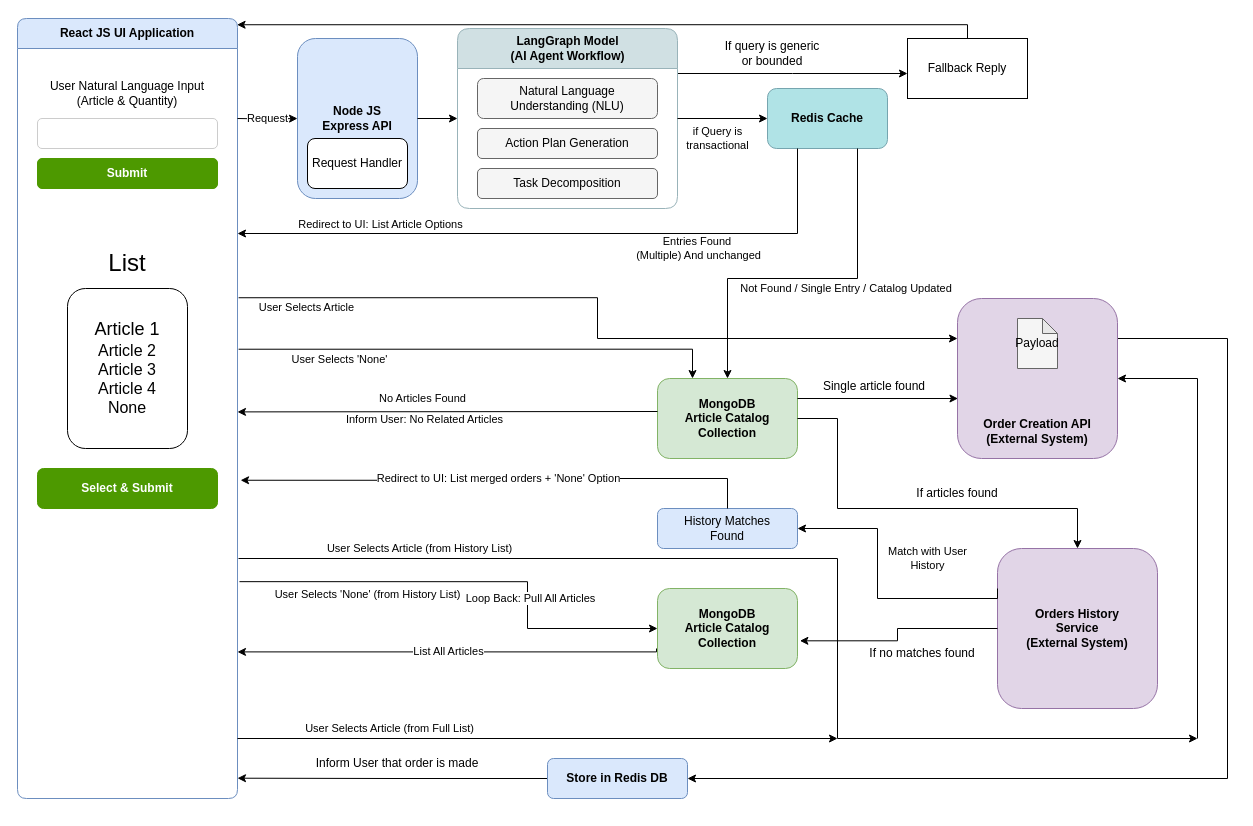
Uday003/ejtos-react_budget_app keeps this draw.io diagram as LangraphPOC.drawio. Above is the earlier version. Source tidied: cells renumbered, new cells numbered last; positions are measured from the earlier drawing's top-left corner, leaving out a move shared by most shapes. Both pictures are drawn from the tidied source at 100%, with x=0, y=0 at pixel (17, 18).
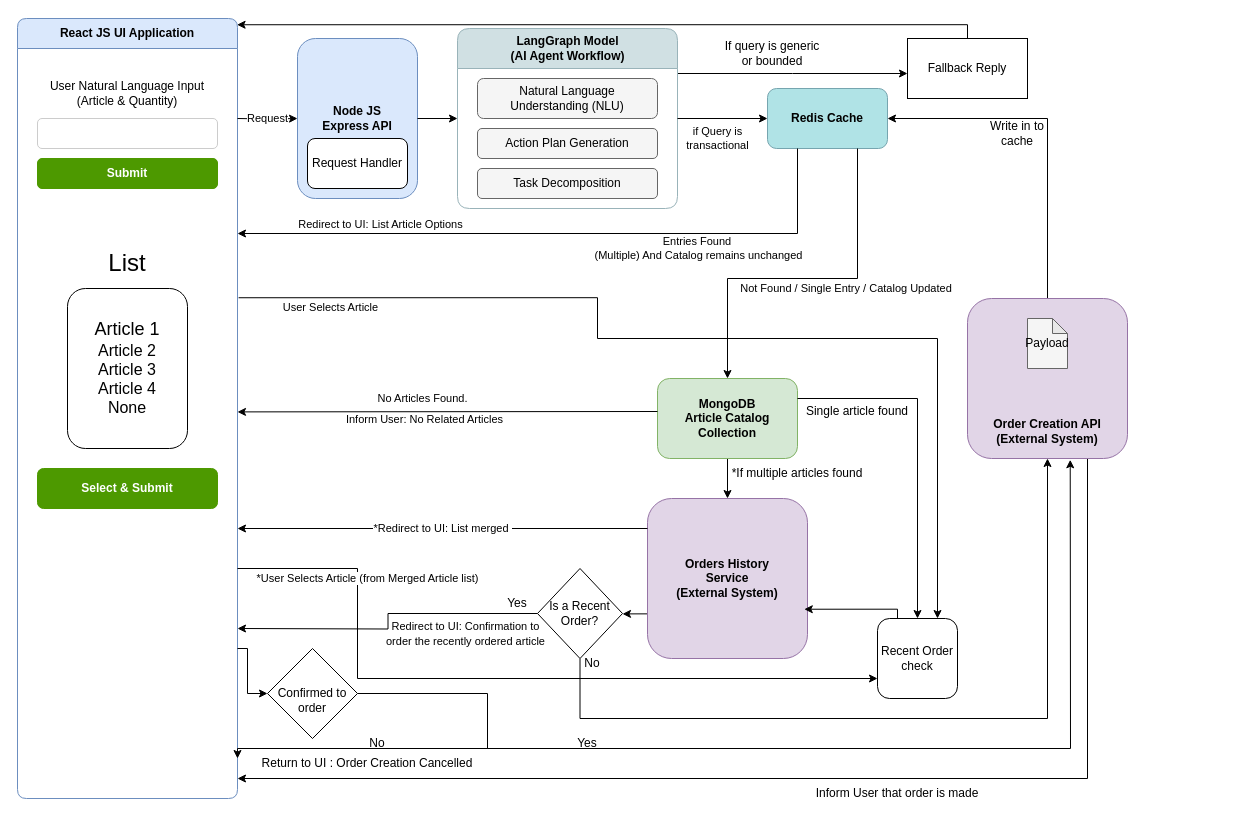
Above is the later version.

The change refers to these unchanged cells:
```xml
<mxCell id="2" value="React JS UI Application" style="swimlane;html=1;startSize=30;horizontal=1;containerType=tree;fillColor=#dae8fc;strokeColor=#6c8ebf;whiteSpace=wrap;rounded=1;arcSize=10;" parent="1" vertex="1">
  <mxGeometry width="220" height="780" as="geometry" />
</mxCell>
<mxCell id="15" value="Redis Cache" style="rounded=1;whiteSpace=wrap;html=1;fillColor=#b0e3e6;strokeColor=#76a5af;fontStyle=1;" parent="1" vertex="1">
  <mxGeometry x="750" y="70" width="120" height="60" as="geometry" />
</mxCell>
<mxCell id="16" value="MongoDB&#10;Article Catalog&#10;Collection" style="rounded=1;whiteSpace=wrap;html=1;fillColor=#d5e8d4;strokeColor=#82b366;fontStyle=1;" parent="1" vertex="1">
  <mxGeometry x="640" y="360" width="140" height="80" as="geometry" />
</mxCell>
```

Change to the diagram source:
```diff
@@
+    <mxCell id="43" style="edgeStyle=orthogonalEdgeStyle;rounded=0;jettySize=auto;html=1;exitX=0.5;exitY=1;exitDx=0;exitDy=0;" parent="1" edge="1" source="16" target="21">
+      <mxGeometry relative="1" as="geometry" />
+    </mxCell>
@@
-    <mxCell id="17" value="MongoDB&#10;Article Catalog&#10;Collection" style="rounded=1;whiteSpace=wrap;html=1;fillColor=#d5e8d4;strokeColor=#82b366;fontStyle=1;" parent="1" vertex="1">
-      <mxGeometry x="640" y="570" width="140" height="80" as="geometry" />
-    </mxCell>
-    <mxCell id="18" style="edgeStyle=orthogonalEdgeStyle;rounded=0;jettySize=auto;html=1;exitX=1;exitY=0.25;exitDx=0;exitDy=0;entryX=1;entryY=0.5;entryDx=0;entryDy=0;" parent="1" edge="1" source="19" target="25">
+    <mxCell id="18" style="edgeStyle=orthogonalEdgeStyle;rounded=0;jettySize=auto;html=1;exitX=0.75;exitY=1;exitDx=0;exitDy=0;" parent="1" edge="1" source="19">
       <mxGeometry relative="1" as="geometry">
+        <mxPoint x="220" y="760" as="targetPoint" />
         <Array as="points">
-          <mxPoint x="1210" y="320" />
-          <mxPoint x="1210" y="760" />
+          <mxPoint x="1070" y="760" />
         </Array>
       </mxGeometry>
     </mxCell>
+    <mxCell id="54" style="edgeStyle=orthogonalEdgeStyle;rounded=0;jettySize=auto;html=1;entryX=1;entryY=0.5;entryDx=0;entryDy=0;exitX=0.5;exitY=0;exitDx=0;exitDy=0;" parent="1" edge="1" source="19" target="15">
+      <mxGeometry relative="1" as="geometry" />
+    </mxCell>
     <mxCell id="19" value="Order Creation API&#10;(External System)" style="rounded=1;whiteSpace=wrap;html=1;fillColor=#e1d5e7;strokeColor=#9673a6;fontStyle=1;verticalAlign=bottom;spacingBottom=10;" parent="1" vertex="1">
-      <mxGeometry x="940" y="280" width="160" height="160" as="geometry" />
+      <mxGeometry x="950" y="280" width="160" height="160" as="geometry" />
     </mxCell>
@@
+    <mxCell id="55" style="edgeStyle=orthogonalEdgeStyle;rounded=0;jettySize=auto;html=1;exitX=-0.002;exitY=0.721;exitDx=0;exitDy=0;entryX=1;entryY=0.5;entryDx=0;entryDy=0;exitPerimeter=0;" parent="1" edge="1" source="21" target="61">
+      <mxGeometry relative="1" as="geometry" />
+    </mxCell>
     <mxCell id="21" value="Orders History&#10;Service&#10;(External System)" style="rounded=1;whiteSpace=wrap;html=1;fillColor=#e1d5e7;strokeColor=#9673a6;fontStyle=1;" parent="1" vertex="1">
-      <mxGeometry x="980" y="530" width="160" height="160" as="geometry" />
+      <mxGeometry x="630" y="480" width="160" height="160" as="geometry" />
     </mxCell>
-    <mxCell id="22" value="History Matches&#10;Found" style="rounded=1;whiteSpace=wrap;html=1;fillColor=#dae8fc;strokeColor=#6c8ebf;fontStyle=0;" parent="1" vertex="1">
-      <mxGeometry x="640" y="490" width="140" height="40" as="geometry" />
-    </mxCell>
-    <mxCell id="23" style="edgeStyle=orthogonalEdgeStyle;rounded=0;jettySize=auto;html=1;entryX=1;entryY=0.5;entryDx=0;entryDy=0;" parent="1" edge="1" target="19">
-      <mxGeometry relative="1" as="geometry">
-        <mxPoint x="1180" y="720" as="sourcePoint" />
-        <Array as="points">
-          <mxPoint x="1180" y="720" />
-          <mxPoint x="1180" y="360" />
-        </Array>
-      </mxGeometry>
-    </mxCell>
-    <mxCell id="24" style="edgeStyle=orthogonalEdgeStyle;rounded=0;jettySize=auto;html=1;exitX=0;exitY=0.5;exitDx=0;exitDy=0;" parent="1" edge="1" source="25">
-      <mxGeometry relative="1" as="geometry">
-        <mxPoint x="220" y="759.7" as="targetPoint" />
-      </mxGeometry>
-    </mxCell>
-    <mxCell id="25" value="Store in Redis DB" style="rounded=1;whiteSpace=wrap;html=1;fillColor=#dae8fc;strokeColor=#6c8ebf;fontStyle=1;" parent="1" vertex="1">
-      <mxGeometry x="530" y="740" width="140" height="40" as="geometry" />
-    </mxCell>
@@
-    <mxCell id="29" value="Entries Found&amp;nbsp;&lt;br&gt;(Multiple) And unchanged" style="edgeStyle=orthogonalEdgeStyle;rounded=0;jettySize=auto;html=1;exitX=0.25;exitY=1;exitDx=0;exitDy=0;entryX=1;entryY=0.25;entryDx=0;entryDy=0;" parent="1" edge="1" source="15">
+    <mxCell id="29" value="Entries Found&amp;nbsp;&lt;br&gt;(Multiple) And Catalog remains unchanged" style="edgeStyle=orthogonalEdgeStyle;rounded=0;jettySize=auto;html=1;exitX=0.25;exitY=1;exitDx=0;exitDy=0;entryX=1;entryY=0.25;entryDx=0;entryDy=0;" parent="1" edge="1" source="15">
       <mxGeometry x="-0.43" y="15" relative="1" as="geometry">
         <mxPoint x="220" y="215" as="targetPoint" />
         <Array as="points">
           <mxPoint x="780" y="215" />
         </Array>
       </mxGeometry>
     </mxCell>
@@
-    <mxCell id="32" value="User Selects Article" style="edgeStyle=orthogonalEdgeStyle;rounded=0;jettySize=auto;html=1;exitX=1.005;exitY=0.358;exitDx=0;exitDy=0;exitPerimeter=0;entryX=0;entryY=0.25;entryDx=0;entryDy=0;" parent="1" edge="1" source="2" target="19">
+    <mxCell id="32" value="User Selects Article" style="edgeStyle=orthogonalEdgeStyle;rounded=0;jettySize=auto;html=1;exitX=1.005;exitY=0.358;exitDx=0;exitDy=0;exitPerimeter=0;entryX=0.75;entryY=0;entryDx=0;entryDy=0;" parent="1" edge="1" source="2" target="57">
       <mxGeometry x="-0.82" y="-10" relative="1" as="geometry">
         <Array as="points">
-          <mxPoint x="580" y="280" />
+          <mxPoint x="580" y="279" />
           <mxPoint x="580" y="320" />
+          <mxPoint x="920" y="320" />
         </Array>
       </mxGeometry>
     </mxCell>
-    <mxCell id="33" value="User Selects 'None'" style="edgeStyle=orthogonalEdgeStyle;rounded=0;jettySize=auto;html=1;exitX=1.005;exitY=0.424;exitDx=0;exitDy=0;exitPerimeter=0;entryX=0.25;entryY=0;entryDx=0;entryDy=0;" parent="1" edge="1" source="2" target="16">
-      <mxGeometry x="-0.58" y="-10" relative="1" as="geometry">
-        <Array as="points">
-          <mxPoint x="675" y="331" />
-        </Array>
-      </mxGeometry>
-    </mxCell>
-    <mxCell id="34" value="No Articles Found" style="edgeStyle=orthogonalEdgeStyle;rounded=0;orthogonalLoop=1;jettySize=auto;html=1;entryX=1.009;entryY=0.496;entryDx=0;entryDy=0;entryPerimeter=0;" parent="1" edge="1">
+    <mxCell id="34" value="No Articles Found." style="edgeStyle=orthogonalEdgeStyle;rounded=0;orthogonalLoop=1;jettySize=auto;html=1;entryX=1.009;entryY=0.496;entryDx=0;entryDy=0;entryPerimeter=0;" parent="1" edge="1">
       <mxGeometry x="0.12" y="-13" relative="1" as="geometry">
         <mxPoint x="640" y="393" as="sourcePoint" />
         <mxPoint x="220" y="393.4" as="targetPoint" />
         <Array as="points">
           <mxPoint x="640" y="393" />
           <mxPoint x="630" y="393" />
         </Array>
       </mxGeometry>
     </mxCell>
@@
-    <mxCell id="36" value="Match with User&#10;History" style="edgeStyle=orthogonalEdgeStyle;rounded=0;jettySize=auto;html=1;exitX=0;exitY=0.25;exitDx=0;exitDy=0;entryX=1;entryY=0.5;entryDx=0;entryDy=0;" parent="1" edge="1" source="21" target="22">
-      <mxGeometry x="-0.43" y="-40" relative="1" as="geometry">
-        <Array as="points">
-          <mxPoint x="860" y="580" />
-          <mxPoint x="860" y="510" />
-        </Array>
-      </mxGeometry>
-    </mxCell>
-    <mxCell id="37" value="Redirect to UI: List merged orders + 'None' Option" style="edgeStyle=orthogonalEdgeStyle;rounded=0;jettySize=auto;html=1;exitX=0.5;exitY=0;exitDx=0;exitDy=0;entryX=1.014;entryY=0.592;entryDx=0;entryDy=0;entryPerimeter=0;" parent="1" edge="1" source="22" target="2">
+    <mxCell id="37" value="*Redirect to UI: List merged&amp;nbsp;" style="edgeStyle=orthogonalEdgeStyle;rounded=0;orthogonalLoop=1;jettySize=auto;html=1;" parent="1" edge="1">
       <mxGeometry relative="1" as="geometry">
+        <mxPoint x="630" y="510" as="sourcePoint" />
+        <mxPoint x="220" y="510" as="targetPoint" />
         <Array as="points">
-          <mxPoint x="710" y="460" />
-          <mxPoint x="480" y="460" />
-          <mxPoint x="480" y="462" />
+          <mxPoint x="223" y="510" />
         </Array>
       </mxGeometry>
     </mxCell>
-    <mxCell id="38" value="User Selects Article (from History List)" style="edgeStyle=orthogonalEdgeStyle;rounded=0;orthogonalLoop=1;jettySize=auto;html=1;" parent="1" edge="1">
-      <mxGeometry x="-0.68" y="10" relative="1" as="geometry">
-        <mxPoint x="221" y="540" as="sourcePoint" />
-        <mxPoint x="1180" y="720" as="targetPoint" />
+    <mxCell id="38" value="*User Selects Article (from Merged Article list)" style="edgeStyle=orthogonalEdgeStyle;rounded=0;jettySize=auto;html=1;entryX=0;entryY=0.75;entryDx=0;entryDy=0;" parent="1" edge="1" target="57">
+      <mxGeometry x="-0.65" y="10" relative="1" as="geometry">
+        <mxPoint x="220" y="550" as="sourcePoint" />
         <Array as="points">
-          <mxPoint x="221" y="540" />
-          <mxPoint x="820" y="540" />
-          <mxPoint x="820" y="720" />
+          <mxPoint x="340" y="550" />
+          <mxPoint x="340" y="660" />
         </Array>
-        <mxPoint x="-1" as="offset" />
+        <mxPoint y="-1" as="offset" />
       </mxGeometry>
     </mxCell>
-    <mxCell id="39" value="User Selects 'None' (from History List)" style="edgeStyle=orthogonalEdgeStyle;rounded=0;jettySize=auto;html=1;exitX=1.009;exitY=0.722;exitDx=0;exitDy=0;exitPerimeter=0;entryX=0;entryY=0.5;entryDx=0;entryDy=0;" parent="1" edge="1" source="2" target="17">
-      <mxGeometry x="-0.45" y="-13" relative="1" as="geometry">
-        <Array as="points">
-          <mxPoint x="510" y="563" />
-          <mxPoint x="510" y="610" />
-        </Array>
-      </mxGeometry>
-    </mxCell>
-    <mxCell id="40" value="Loop Back: Pull All Articles" style="edgeLabel;html=1;align=center;verticalAlign=middle;" parent="39" vertex="1">
-      <mxGeometry x="0.31" y="2" relative="1" as="geometry" />
-    </mxCell>
-    <mxCell id="41" value="List All Articles" style="edgeStyle=orthogonalEdgeStyle;rounded=0;orthogonalLoop=1;jettySize=auto;html=1;entryX=1.005;entryY=0.812;entryDx=0;entryDy=0;entryPerimeter=0;" parent="1" edge="1">
-      <mxGeometry relative="1" as="geometry">
-        <mxPoint x="639" y="630" as="sourcePoint" />
-        <mxPoint x="220" y="633.4" as="targetPoint" />
-        <Array as="points">
-          <mxPoint x="639" y="633" />
-        </Array>
-      </mxGeometry>
-    </mxCell>
-    <mxCell id="42" value="User Selects Article (from Full List)" style="edgeStyle=orthogonalEdgeStyle;rounded=0;orthogonalLoop=1;jettySize=auto;html=1;" parent="1" edge="1">
-      <mxGeometry x="-0.49" y="10" relative="1" as="geometry">
-        <mxPoint x="220" y="720" as="sourcePoint" />
-        <mxPoint x="820" y="720" as="targetPoint" />
-        <Array as="points">
-          <mxPoint x="220" y="720" />
-        </Array>
-        <mxPoint x="-1" as="offset" />
-      </mxGeometry>
-    </mxCell>
-    <mxCell id="43" style="endArrow=classic;html=1;rounded=0;exitX=1;exitY=0.5;exitDx=0;exitDy=0;entryX=0.5;entryY=0;entryDx=0;entryDy=0;" parent="1" edge="1" source="16" target="21">
-      <mxGeometry relative="1" as="geometry">
-        <Array as="points">
-          <mxPoint x="820" y="400" />
-          <mxPoint x="820" y="490" />
-          <mxPoint x="1060" y="490" />
-        </Array>
-      </mxGeometry>
-    </mxCell>
-    <mxCell id="44" value="If articles found" style="text;html=1;whiteSpace=wrap;strokeColor=none;fillColor=none;align=center;verticalAlign=middle;rounded=0;" parent="1" vertex="1">
-      <mxGeometry x="890" y="460" width="100" height="30" as="geometry" />
-    </mxCell>
     <mxCell id="45" value="Inform User that order is made" style="text;html=1;whiteSpace=wrap;strokeColor=none;fillColor=none;align=center;verticalAlign=middle;rounded=0;" parent="1" vertex="1">
-      <mxGeometry x="290" y="730" width="180" height="30" as="geometry" />
+      <mxGeometry x="790" y="760" width="180" height="30" as="geometry" />
     </mxCell>
-    <mxCell id="46" style="edgeStyle=orthogonalEdgeStyle;rounded=0;jettySize=auto;html=1;exitX=0;exitY=0.5;exitDx=0;exitDy=0;entryX=1.017;entryY=0.654;entryDx=0;entryDy=0;entryPerimeter=0;" parent="1" edge="1" source="21" target="17">
-      <mxGeometry relative="1" as="geometry" />
-    </mxCell>
-    <mxCell id="47" value="If no matches found" style="text;html=1;whiteSpace=wrap;strokeColor=none;fillColor=none;align=center;verticalAlign=middle;rounded=0;" parent="1" vertex="1">
-      <mxGeometry x="850" y="620" width="110" height="30" as="geometry" />
-    </mxCell>
@@
-    <mxCell id="49" style="edgeStyle=orthogonalEdgeStyle;rounded=0;jettySize=auto;html=1;exitX=1;exitY=0.25;exitDx=0;exitDy=0;entryX=0.003;entryY=0.625;entryDx=0;entryDy=0;entryPerimeter=0;" parent="1" edge="1" source="16" target="19">
-      <mxGeometry relative="1" as="geometry" />
+    <mxCell id="49" style="edgeStyle=orthogonalEdgeStyle;rounded=0;jettySize=auto;html=1;exitX=1;exitY=0.25;exitDx=0;exitDy=0;entryX=0.5;entryY=0;entryDx=0;entryDy=0;" parent="1" edge="1" source="16" target="57">
+      <mxGeometry relative="1" as="geometry">
+        <Array as="points">
+          <mxPoint x="900" y="380" />
+        </Array>
+      </mxGeometry>
     </mxCell>
     <mxCell id="50" value="Single article found&lt;div&gt;&lt;br&gt;&lt;/div&gt;" style="text;html=1;whiteSpace=wrap;strokeColor=none;fillColor=none;align=center;verticalAlign=middle;rounded=0;" parent="1" vertex="1">
-      <mxGeometry x="787" y="360" width="140" height="30" as="geometry" />
+      <mxGeometry x="770" y="385" width="140" height="30" as="geometry" />
     </mxCell>
@@
+    <mxCell id="56" value="*If multiple articles found" style="text;html=1;whiteSpace=wrap;strokeColor=none;fillColor=none;align=center;verticalAlign=middle;rounded=0;" parent="1" vertex="1">
+      <mxGeometry x="710" y="440" width="140" height="30" as="geometry" />
+    </mxCell>
+    <mxCell id="57" value="Recent Order check" style="whiteSpace=wrap;html=1;rounded=1;" parent="1" vertex="1">
+      <mxGeometry x="860" y="600" width="80" height="80" as="geometry" />
+    </mxCell>
+    <mxCell id="58" style="edgeStyle=orthogonalEdgeStyle;rounded=0;jettySize=auto;html=1;exitX=0.25;exitY=0;exitDx=0;exitDy=0;entryX=0.98;entryY=0.692;entryDx=0;entryDy=0;entryPerimeter=0;" parent="1" edge="1" source="57" target="21">
+      <mxGeometry relative="1" as="geometry">
+        <Array as="points">
+          <mxPoint x="880" y="591" />
+        </Array>
+      </mxGeometry>
+    </mxCell>
+    <mxCell id="59" style="edgeStyle=orthogonalEdgeStyle;rounded=0;jettySize=auto;html=1;exitX=0;exitY=0.5;exitDx=0;exitDy=0;" parent="1" edge="1" source="61">
+      <mxGeometry relative="1" as="geometry">
+        <mxPoint x="220" y="610" as="targetPoint" />
+      </mxGeometry>
+    </mxCell>
+    <mxCell id="60" style="edgeStyle=orthogonalEdgeStyle;rounded=0;jettySize=auto;html=1;exitX=0.5;exitY=1;exitDx=0;exitDy=0;entryX=0.5;entryY=1;entryDx=0;entryDy=0;" parent="1" edge="1" source="61" target="19">
+      <mxGeometry relative="1" as="geometry">
+        <Array as="points">
+          <mxPoint x="562" y="700" />
+          <mxPoint x="1030" y="700" />
+        </Array>
+      </mxGeometry>
+    </mxCell>
+    <mxCell id="61" value="Is a Recent Order?" style="rhombus;whiteSpace=wrap;html=1;" parent="1" vertex="1">
+      <mxGeometry x="520" y="550" width="85" height="90" as="geometry" />
+    </mxCell>
+    <mxCell id="62" value="Yes" style="text;html=1;whiteSpace=wrap;strokeColor=none;fillColor=none;align=center;verticalAlign=middle;rounded=0;" parent="1" vertex="1">
+      <mxGeometry x="470" y="570" width="60" height="30" as="geometry" />
+    </mxCell>
+    <mxCell id="63" value="&lt;span style=&quot;font-size: 11px; text-wrap-mode: nowrap; background-color: rgb(255, 255, 255);&quot;&gt;Redirect to UI: Confirmation&amp;nbsp;&lt;/span&gt;&lt;span style=&quot;background-color: light-dark(rgb(255, 255, 255), rgb(18, 18, 18)); font-size: 11px; text-wrap-mode: nowrap; color: light-dark(rgb(0, 0, 0), rgb(255, 255, 255));&quot;&gt;to&amp;nbsp;&lt;/span&gt;&lt;div&gt;&lt;span style=&quot;font-size: 11px; text-wrap-mode: nowrap; background-color: rgb(255, 255, 255);&quot;&gt;order t&lt;/span&gt;&lt;span style=&quot;background-color: light-dark(rgb(255, 255, 255), rgb(18, 18, 18)); font-size: 11px; text-wrap-mode: nowrap; color: light-dark(rgb(0, 0, 0), rgb(255, 255, 255));&quot;&gt;he recently ordered article&amp;nbsp;&lt;/span&gt;&lt;/div&gt;" style="text;html=1;whiteSpace=wrap;strokeColor=none;fillColor=none;align=center;verticalAlign=middle;rounded=0;" parent="1" vertex="1">
+      <mxGeometry x="420" y="600" width="60" height="30" as="geometry" />
+    </mxCell>
+    <mxCell id="64" value="No" style="text;html=1;whiteSpace=wrap;strokeColor=none;fillColor=none;align=center;verticalAlign=middle;rounded=0;" parent="1" vertex="1">
+      <mxGeometry x="545" y="630" width="60" height="30" as="geometry" />
+    </mxCell>
+    <mxCell id="65" style="edgeStyle=orthogonalEdgeStyle;rounded=0;jettySize=auto;html=1;exitX=1;exitY=0.5;exitDx=0;exitDy=0;" parent="1" edge="1" source="66">
+      <mxGeometry relative="1" as="geometry">
+        <mxPoint x="220" y="740" as="targetPoint" />
+        <Array as="points">
+          <mxPoint x="470" y="675" />
+          <mxPoint x="470" y="730" />
+          <mxPoint x="220" y="730" />
+        </Array>
+      </mxGeometry>
+    </mxCell>
+    <mxCell id="66" value="&lt;div&gt;&lt;br&gt;&lt;/div&gt;Confirmed to order" style="rhombus;whiteSpace=wrap;html=1;" parent="1" vertex="1">
+      <mxGeometry x="250" y="630" width="90" height="90" as="geometry" />
+    </mxCell>
+    <mxCell id="67" style="endArrow=classic;html=1;rounded=0;entryX=0;entryY=0.5;entryDx=0;entryDy=0;" parent="1" edge="1" target="66">
+      <mxGeometry relative="1" as="geometry">
+        <mxPoint x="220" y="630" as="sourcePoint" />
+        <Array as="points">
+          <mxPoint x="230" y="630" />
+          <mxPoint x="230" y="675" />
+        </Array>
+      </mxGeometry>
+    </mxCell>
+    <mxCell id="68" style="endArrow=classic;html=1;rounded=0;entryX=0.642;entryY=1.008;entryDx=0;entryDy=0;entryPerimeter=0;exitX=1;exitY=0;exitDx=0;exitDy=0;" parent="1" edge="1" source="71" target="19">
+      <mxGeometry relative="1" as="geometry">
+        <Array as="points">
+          <mxPoint x="470" y="680" />
+          <mxPoint x="470" y="730" />
+          <mxPoint x="1053" y="730" />
+        </Array>
+      </mxGeometry>
+    </mxCell>
+    <mxCell id="69" value="No" style="text;html=1;whiteSpace=wrap;strokeColor=none;fillColor=none;align=center;verticalAlign=middle;rounded=0;" parent="1" vertex="1">
+      <mxGeometry x="330" y="710" width="60" height="30" as="geometry" />
+    </mxCell>
+    <mxCell id="70" value="Yes" style="text;html=1;whiteSpace=wrap;strokeColor=none;fillColor=none;align=center;verticalAlign=middle;rounded=0;" parent="1" vertex="1">
+      <mxGeometry x="540" y="710" width="60" height="30" as="geometry" />
+    </mxCell>
+    <mxCell id="71" value="Return to UI : Order Creation Cancelled" style="text;html=1;whiteSpace=wrap;strokeColor=none;fillColor=none;align=center;verticalAlign=middle;rounded=0;" parent="1" vertex="1">
+      <mxGeometry x="230" y="730" width="240" height="30" as="geometry" />
+    </mxCell>
+    <mxCell id="72" value="Write in to cache" style="text;html=1;whiteSpace=wrap;strokeColor=none;fillColor=none;align=center;verticalAlign=middle;rounded=0;" parent="1" vertex="1">
+      <mxGeometry x="970" y="100" width="60" height="30" as="geometry" />
+    </mxCell>
```
